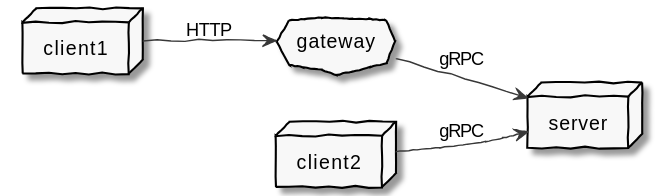
Above: 2021-12-20-from-http-to-grpc/assets/step3.svg in sorcererxw/talks (PlantUML), before the change.
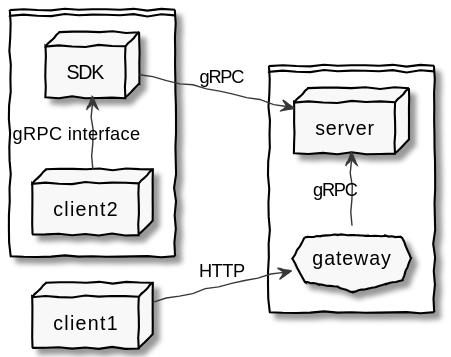
The same file after the commit.

What changed in the source:
```diff
@@ -5,12 +5,17 @@
 left to right direction
 
 node client1
-node client2
-cloud gateway
-node server
-
+card {
+  node client2
+  node SDK
+}
+card {
+  cloud gateway
+  node server
+}
 client1-->gateway : HTTP
-client2-->server : gRPC
-gateway-->server: gRPC
+client2->SDK: gRPC interface
+SDK-->server : gRPC
+gateway->server: gRPC
 
 @enduml
```
